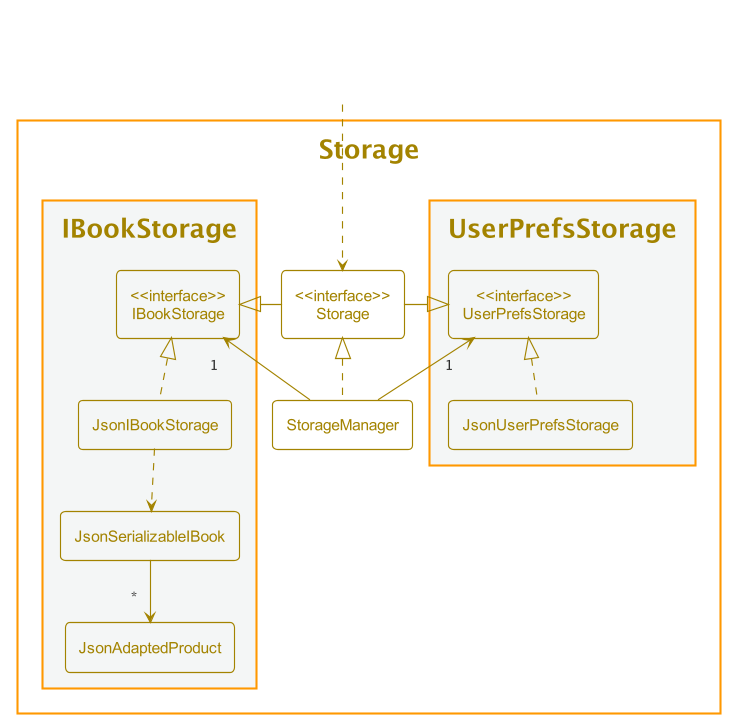
Before: docs/images/StorageClassDiagram.png, a diagram exported from PlantUML (nus-cs2103-AY2122S2/tp). Source of this version:
```plantuml
@startuml
!include style.puml

$OverrideTheme(STORAGE_COLOR)

package Storage {

    class "<<interface>>\nStorage" as Storage
    class StorageManager

    package "UserPrefsStorage" #F4F6F6{
        class "<<interface>>\nUserPrefsStorage" as UserPrefsStorage
        class JsonUserPrefsStorage
    }

    package "IBookStorage" #F4F6F6{
        class "<<interface>>\nIBookStorage" as IBookStorage
        class JsonIBookStorage
        class JsonSerializableIBook
        class JsonAdaptedProduct
    }

}

class HiddenOutside<<Hidden>>
HiddenOutside ..> Storage

StorageManager .up.|> Storage
StorageManager -up-> "1" UserPrefsStorage
StorageManager -up-> "1" IBookStorage

Storage -left-|> UserPrefsStorage
Storage -right-|> IBookStorage

JsonUserPrefsStorage .up.|> UserPrefsStorage
JsonIBookStorage .up.|> IBookStorage
JsonIBookStorage ..> JsonSerializableIBook
JsonSerializableIBook --> "*" JsonAdaptedProduct

@enduml
```
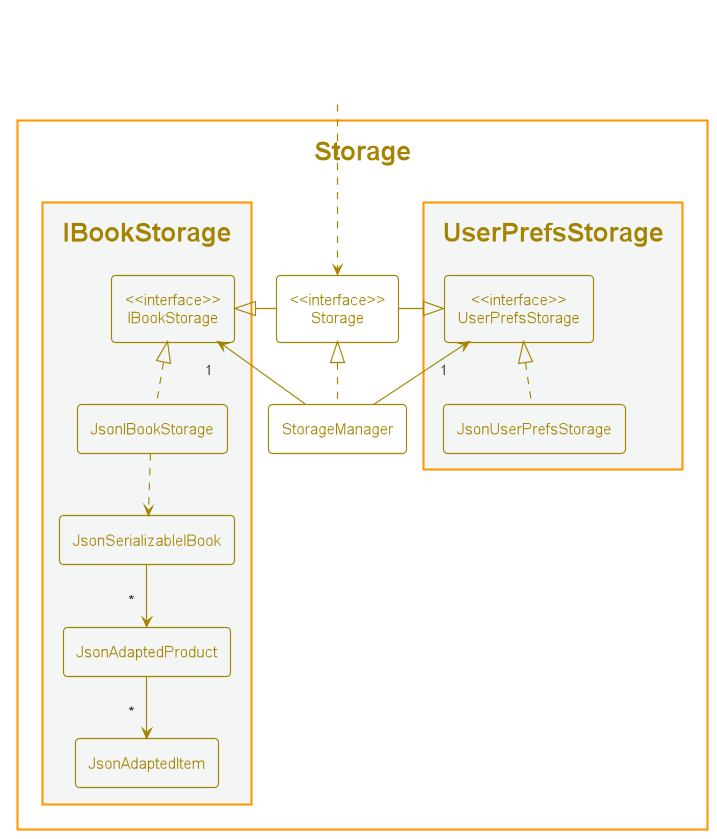
The same diagram one commit later.

Commit message:
Update class diagram of Storage component

Change to the diagram source:
```diff
@@ -18,6 +18,7 @@
         class JsonIBookStorage
         class JsonSerializableIBook
         class JsonAdaptedProduct
+        class JsonAdaptedItem
     }
 
 }
@@ -36,5 +37,6 @@
 JsonIBookStorage .up.|> IBookStorage
 JsonIBookStorage ..> JsonSerializableIBook
 JsonSerializableIBook --> "*" JsonAdaptedProduct
+JsonAdaptedProduct --> "*" JsonAdaptedItem
 
 @enduml
```
